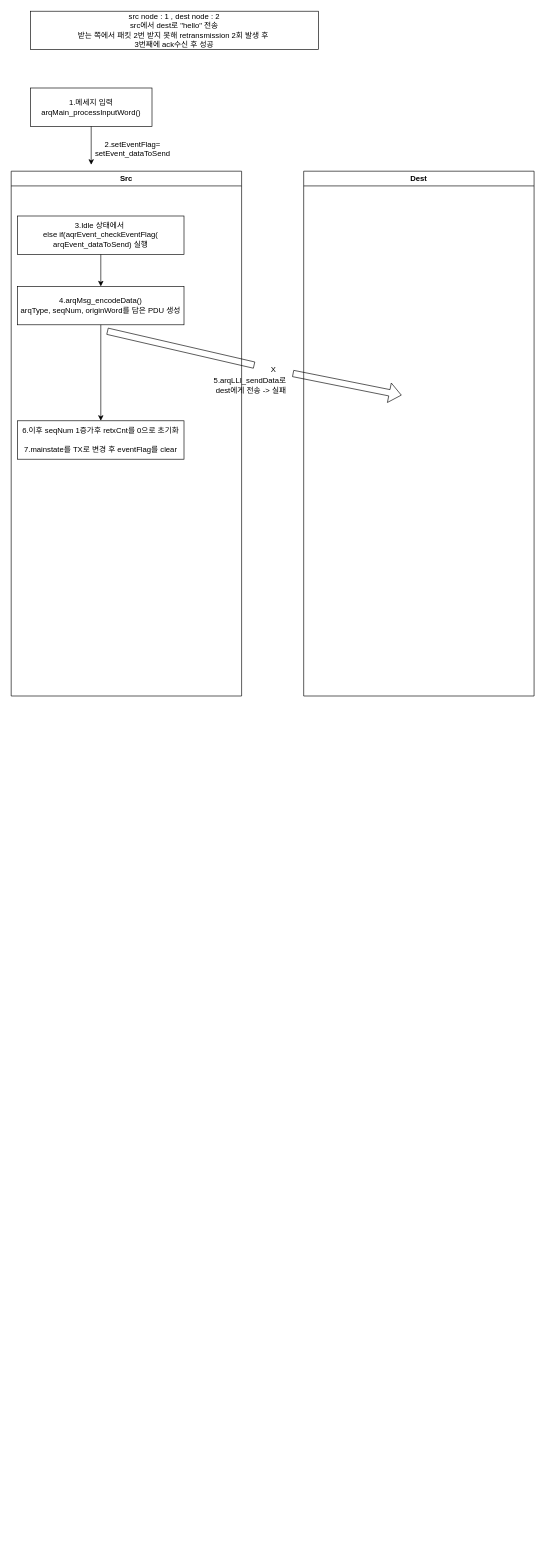
Earlier version of the draw.io diagram Untitled Diagram.drawio (hodu-maru/Spring). Source tidied: cells renumbered, new cells numbered last; positions are measured from the earlier drawing's top-left corner, leaving out a move shared by most shapes. Both pictures are drawn from the tidied source at 64%, with x=0, y=0 at pixel (11, 11).
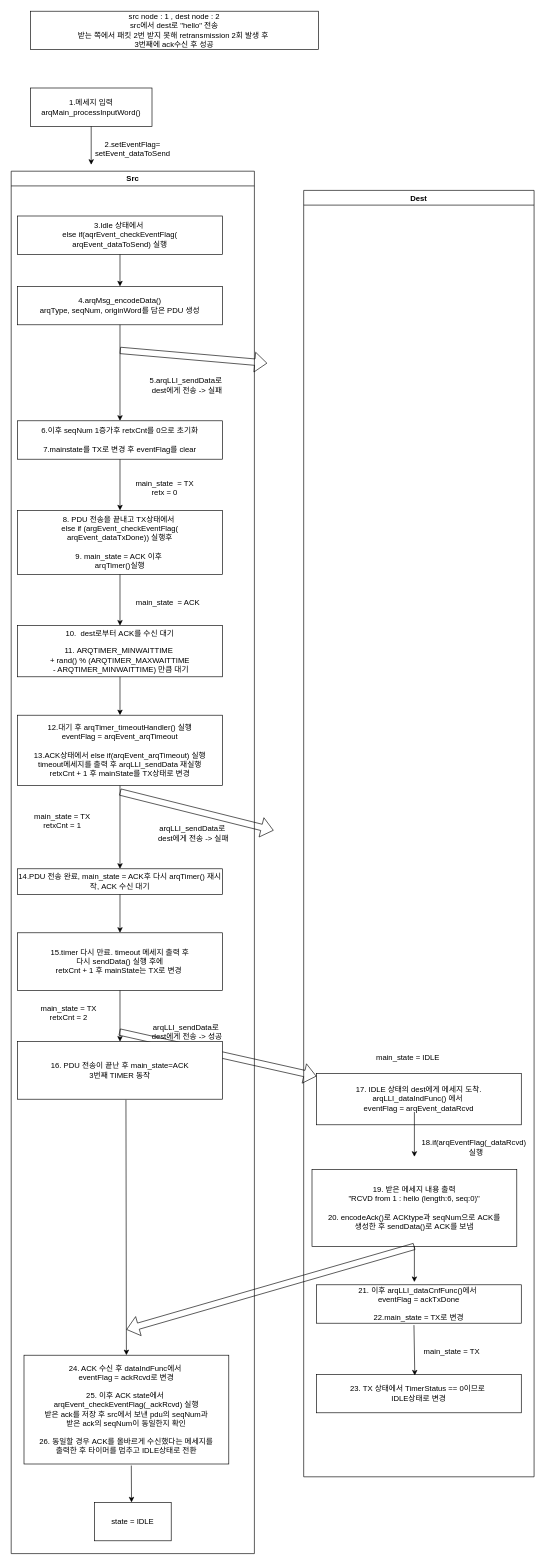
The same diagram, later.

Change to the diagram source:
```diff
@@
     <mxCell id="6" value="Dest" style="swimlane;" parent="1" vertex="1">
-      <mxGeometry x="457" y="250" width="360" height="820" as="geometry" />
+      <mxGeometry x="457" y="280" width="360" height="2010" as="geometry" />
     </mxCell>
+    <mxCell id="17" value="17. IDLE 상태의 dest에게 메세지 도착.&lt;br&gt;arqLLI_dataIndFunc() 에서&amp;nbsp;&lt;br&gt;eventFlag = arqEvent_dataRcvd" style="rounded=0;whiteSpace=wrap;html=1;" parent="6" vertex="1">
+      <mxGeometry x="20" y="1380" width="320" height="80" as="geometry" />
+    </mxCell>
+    <mxCell id="18" style="shape=flexArrow;endArrow=classic;html=1;rounded=0;fontSize=12;" parent="6" edge="1" target="17">
+      <mxGeometry relative="1" as="geometry">
+        <mxPoint x="-288" y="1315" as="sourcePoint" />
+      </mxGeometry>
+    </mxCell>
+    <mxCell id="19" value="main_state = IDLE" style="text;html=1;strokeColor=none;fillColor=none;align=center;verticalAlign=middle;whiteSpace=wrap;rounded=0;fontSize=12;" parent="6" vertex="1">
+      <mxGeometry x="83" y="1340" width="160" height="30" as="geometry" />
+    </mxCell>
+    <mxCell id="20" value="18.if(arqEventFlag(_dataRcvd)&amp;nbsp;&lt;br&gt;&amp;nbsp;실행" style="text;html=1;strokeColor=none;fillColor=none;align=center;verticalAlign=middle;whiteSpace=wrap;rounded=0;fontSize=12;" parent="6" vertex="1">
+      <mxGeometry x="183" y="1480" width="170" height="30" as="geometry" />
+    </mxCell>
+    <mxCell id="21" value="19. 받은 메세지 내용 출력&lt;br&gt;&quot;RCVD from 1 : hello (length:6, seq:0)&quot;&lt;br&gt;&lt;br&gt;20. encodeAck()로 ACKtype과 seqNum으로 ACK를 &lt;br&gt;생성한 후 sendData()로 ACK를 보냄" style="rounded=0;whiteSpace=wrap;html=1;" parent="6" vertex="1">
+      <mxGeometry x="13" y="1530" width="320" height="120" as="geometry" />
+    </mxCell>
+    <mxCell id="22" value="23. TX 상태에서 TimerStatus == 0이므로&amp;nbsp;&lt;br&gt;IDLE상태로 변경" style="rounded=0;whiteSpace=wrap;html=1;" parent="6" vertex="1">
+      <mxGeometry x="20" y="1850" width="320" height="60" as="geometry" />
+    </mxCell>
+    <mxCell id="23" value="main_state = TX" style="text;html=1;strokeColor=none;fillColor=none;align=center;verticalAlign=middle;whiteSpace=wrap;rounded=0;fontSize=12;" parent="6" vertex="1">
+      <mxGeometry x="183" y="1800" width="97" height="30" as="geometry" />
+    </mxCell>
+    <mxCell id="24" value="&lt;span style=&quot;&quot;&gt;21. 이후 arqLLI_dataCnfFunc()에서&amp;nbsp;&lt;/span&gt;&lt;br style=&quot;&quot;&gt;&lt;span style=&quot;&quot;&gt;eventFlag = ackTxDone&lt;/span&gt;&lt;br style=&quot;&quot;&gt;&lt;br style=&quot;&quot;&gt;&lt;span style=&quot;&quot;&gt;22.main_state = TX로 변경&lt;/span&gt;" style="rounded=0;whiteSpace=wrap;html=1;fontSize=12;" parent="6" vertex="1">
+      <mxGeometry x="20" y="1710" width="320" height="60" as="geometry" />
+    </mxCell>
+    <mxCell id="25" style="endArrow=classic;html=1;rounded=0;fontSize=12;exitX=0.476;exitY=1.05;exitDx=0;exitDy=0;exitPerimeter=0;entryX=0.48;entryY=0.028;entryDx=0;entryDy=0;entryPerimeter=0;" parent="6" edge="1" source="24" target="22">
+      <mxGeometry relative="1" as="geometry" />
+    </mxCell>
+    <mxCell id="26" style="endArrow=classic;html=1;rounded=0;fontSize=12;exitX=0.5;exitY=1;exitDx=0;exitDy=0;entryX=0.478;entryY=-0.072;entryDx=0;entryDy=0;entryPerimeter=0;" parent="6" edge="1" source="21" target="24">
+      <mxGeometry relative="1" as="geometry" />
+    </mxCell>
     <mxCell id="7" value="Src" style="swimlane;" parent="1" vertex="1">
-      <mxGeometry y="250" width="360" height="820" as="geometry" />
+      <mxGeometry y="250" width="380" height="2160" as="geometry" />
     </mxCell>
     <mxCell id="8" value="3.Idle 상태에서&amp;nbsp;&lt;br&gt;else if(aqrEvent_checkEventFlag(&lt;br&gt;arqEvent_dataToSend) 실행" style="rounded=0;whiteSpace=wrap;html=1;" parent="7" vertex="1">
-      <mxGeometry x="10" y="70" width="260" height="60" as="geometry" />
+      <mxGeometry x="10" y="70" width="320" height="60" as="geometry" />
     </mxCell>
     <mxCell id="9" value="&lt;span style=&quot;&quot;&gt;4.arqMsg_encodeData()&lt;/span&gt;&lt;br style=&quot;&quot;&gt;&lt;span style=&quot;&quot;&gt;arqType, seqNum, originWord를 담은 PDU 생성&lt;/span&gt;" style="rounded=0;whiteSpace=wrap;html=1;" parent="7" vertex="1">
-      <mxGeometry x="10" y="180" width="260" height="60" as="geometry" />
+      <mxGeometry x="10" y="180" width="320" height="60" as="geometry" />
     </mxCell>
     <mxCell id="10" value="6.이후 seqNum 1증가후 retxCnt를 0으로 초기화&lt;br&gt;&lt;br&gt;7.mainstate를 TX로 변경 후 eventFlag를 clear" style="rounded=0;whiteSpace=wrap;html=1;" parent="7" vertex="1">
-      <mxGeometry x="10" y="390" width="260" height="60" as="geometry" />
+      <mxGeometry x="10" y="390" width="320" height="60" as="geometry" />
     </mxCell>
@@
-    <mxCell id="13" style="shape=flexArrow;endArrow=classic;html=1;rounded=0;startArrow=none;" parent="1" edge="1" source="15">
-      <mxGeometry relative="1" as="geometry">
-        <mxPoint x="610" y="600" as="targetPoint" />
-      </mxGeometry>
-    </mxCell>
-    <mxCell id="14" value="5.arqLLI_sendData로&amp;nbsp;&lt;br&gt;dest에게 전송 -&amp;gt; 실패" style="text;html=1;strokeColor=none;fillColor=none;align=center;verticalAlign=middle;whiteSpace=wrap;rounded=0;" parent="1" vertex="1">
-      <mxGeometry x="280" y="570" width="190" height="30" as="geometry" />
+    <mxCell id="14" value="5.arqLLI_sendData로&amp;nbsp;&lt;br&gt;dest에게 전송 -&amp;gt; 실패" style="text;html=1;strokeColor=none;fillColor=none;align=center;verticalAlign=middle;whiteSpace=wrap;rounded=0;" parent="7" vertex="1">
+      <mxGeometry x="180" y="320" width="190" height="30" as="geometry" />
     </mxCell>
-    <mxCell id="15" value="X" style="text;html=1;strokeColor=none;fillColor=none;align=center;verticalAlign=middle;whiteSpace=wrap;rounded=0;" parent="1" vertex="1">
-      <mxGeometry x="380" y="545" width="60" height="30" as="geometry" />
-    </mxCell>
-    <mxCell id="16" style="shape=flexArrow;endArrow=none;html=1;rounded=0;" parent="1" edge="1" target="15">
-      <mxGeometry relative="1" as="geometry">
-        <mxPoint x="150" y="500" as="sourcePoint" />
-      </mxGeometry>
-    </mxCell>
+    <mxCell id="27" style="edgeStyle=orthogonalEdgeStyle;rounded=0;orthogonalLoop=1;jettySize=auto;html=1;exitX=0.5;exitY=1;exitDx=0;exitDy=0;fontSize=36;" parent="7" edge="1" source="14" target="14">
+      <mxGeometry relative="1" as="geometry" />
+    </mxCell>
+    <mxCell id="28" value="8. PDU 전송을 끝내고 TX상태에서&amp;nbsp;&lt;br&gt;else if (argEvent_checkEventFlag(&lt;br&gt;arqEvent_dataTxDone)) 실행후&lt;br&gt;&lt;br&gt;9. main_state = ACK 이후&amp;nbsp;&lt;br&gt;arqTimer()실행" style="rounded=0;whiteSpace=wrap;html=1;" parent="7" vertex="1">
+      <mxGeometry x="10" y="530" width="320" height="100" as="geometry" />
+    </mxCell>
+    <mxCell id="29" style="endArrow=classic;html=1;rounded=0;fontSize=36;exitX=0.5;exitY=1;exitDx=0;exitDy=0;entryX=0.5;entryY=0;entryDx=0;entryDy=0;" parent="7" edge="1" source="10" target="28">
+      <mxGeometry relative="1" as="geometry" />
+    </mxCell>
+    <mxCell id="30" value="main_state&amp;nbsp; = TX&lt;br&gt;retx = 0" style="text;html=1;strokeColor=none;fillColor=none;align=center;verticalAlign=middle;whiteSpace=wrap;rounded=0;fontSize=12;" parent="7" vertex="1">
+      <mxGeometry x="190" y="480" width="100" height="30" as="geometry" />
+    </mxCell>
+    <mxCell id="31" value="main_state&amp;nbsp; = ACK" style="text;html=1;strokeColor=none;fillColor=none;align=center;verticalAlign=middle;whiteSpace=wrap;rounded=0;fontSize=12;" parent="7" vertex="1">
+      <mxGeometry x="190" y="660" width="110" height="30" as="geometry" />
+    </mxCell>
+    <mxCell id="32" style="endArrow=classic;html=1;rounded=0;fontSize=12;exitX=0.5;exitY=1;exitDx=0;exitDy=0;" parent="7" edge="1" source="28">
+      <mxGeometry relative="1" as="geometry">
+        <mxPoint x="170" y="710" as="targetPoint" />
+      </mxGeometry>
+    </mxCell>
+    <mxCell id="33" value="10.&amp;nbsp; dest로부터 ACK를 수신 대기&lt;br&gt;&lt;br&gt;11. ARQTIMER_MINWAITTIME&amp;nbsp;&lt;br&gt;+ rand() % (ARQTIMER_MAXWAITTIME&lt;br&gt;&amp;nbsp;- ARQTIMER_MINWAITTIME) 만큼 대기" style="rounded=0;whiteSpace=wrap;html=1;" parent="7" vertex="1">
+      <mxGeometry x="10" y="710" width="320" height="80" as="geometry" />
+    </mxCell>
+    <mxCell id="34" value="12.대기 후 arqTimer_timeoutHandler() 실행&lt;br&gt;eventFlag = arqEvent_arqTimeout&lt;br&gt;&lt;br&gt;13.ACK상태에서 else if(arqEvent_arqTimeout) 실행&lt;br&gt;timeout메세지를 출력 후 arqLLI_sendData 재실행&lt;br&gt;retxCnt + 1 후 mainState를 TX상태로 변경" style="rounded=0;whiteSpace=wrap;html=1;" parent="7" vertex="1">
+      <mxGeometry x="10" y="850" width="320" height="110" as="geometry" />
+    </mxCell>
+    <mxCell id="35" value="arqLLI_sendData로&amp;nbsp;&lt;br&gt;dest에게 전송 -&amp;gt; 실패" style="text;html=1;strokeColor=none;fillColor=none;align=center;verticalAlign=middle;whiteSpace=wrap;rounded=0;" parent="7" vertex="1">
+      <mxGeometry x="190" y="1020" width="190" height="30" as="geometry" />
+    </mxCell>
+    <mxCell id="36" value="main_state = TX&lt;br&gt;retxCnt = 1" style="text;html=1;strokeColor=none;fillColor=none;align=center;verticalAlign=middle;whiteSpace=wrap;rounded=0;fontSize=12;" parent="7" vertex="1">
+      <mxGeometry x="20" y="1000" width="120" height="30" as="geometry" />
+    </mxCell>
+    <mxCell id="37" value="14.PDU 전송 완료, main_state = ACK후 다시 arqTimer() 재시작, ACK 수신 대기" style="rounded=0;whiteSpace=wrap;html=1;" parent="7" vertex="1">
+      <mxGeometry x="10" y="1090" width="320" height="40" as="geometry" />
+    </mxCell>
+    <mxCell id="38" value="15.timer 다시 만료. timeout 메세지 출력 후 &lt;br&gt;다시 sendData() 실행 후에&lt;br&gt;retxCnt + 1 후 mainState는 TX로 변경&amp;nbsp;" style="rounded=0;whiteSpace=wrap;html=1;" parent="7" vertex="1">
+      <mxGeometry x="10" y="1190" width="320" height="90" as="geometry" />
+    </mxCell>
+    <mxCell id="39" value="main_state = TX&lt;br&gt;retxCnt = 2" style="text;html=1;strokeColor=none;fillColor=none;align=center;verticalAlign=middle;whiteSpace=wrap;rounded=0;fontSize=12;" parent="7" vertex="1">
+      <mxGeometry x="30" y="1300" width="120" height="30" as="geometry" />
+    </mxCell>
+    <mxCell id="40" value="arqLLI_sendData로&amp;nbsp;&lt;br&gt;dest에게 전송 -&amp;gt; 성공" style="text;html=1;strokeColor=none;fillColor=none;align=center;verticalAlign=middle;whiteSpace=wrap;rounded=0;" parent="7" vertex="1">
+      <mxGeometry x="180" y="1330" width="190" height="30" as="geometry" />
+    </mxCell>
+    <mxCell id="41" value="16. PDU 전송이 끝난 후 main_state=ACK&lt;br&gt;3번째 TIMER 동작" style="rounded=0;whiteSpace=wrap;html=1;" parent="7" vertex="1">
+      <mxGeometry x="10" y="1360" width="320" height="90" as="geometry" />
+    </mxCell>
+    <mxCell id="42" value="24. ACK 수신 후 dataIndFunc에서&amp;nbsp;&lt;br&gt;eventFlag = ackRcvd로 변경&lt;br&gt;&lt;br&gt;25. 이후 ACK state에서&amp;nbsp;&lt;br&gt;arqEvent_checkEventFlag(_ackRcvd) 실행&lt;br&gt;받은 ack를 저장 후 src에서 보낸 pdu의 seqNum과&lt;br&gt;받은 ack의 seqNum이 동일한지 확인&lt;br&gt;&lt;br&gt;26. 동일할 경우 ACK를 올바르게 수신했다는 메세지를&lt;br&gt;출력한 후 타이머를 멈추고 IDLE상태로 전환" style="rounded=0;whiteSpace=wrap;html=1;" parent="7" vertex="1">
+      <mxGeometry x="20" y="1850" width="320" height="170" as="geometry" />
+    </mxCell>
+    <mxCell id="43" value="state = IDLE" style="rounded=0;whiteSpace=wrap;html=1;fontSize=12;" parent="7" vertex="1">
+      <mxGeometry x="130" y="2080" width="120" height="60" as="geometry" />
+    </mxCell>
+    <mxCell id="44" style="endArrow=classic;html=1;rounded=0;fontSize=12;exitX=0.524;exitY=1.014;exitDx=0;exitDy=0;exitPerimeter=0;" parent="7" edge="1" source="42">
+      <mxGeometry relative="1" as="geometry">
+        <mxPoint x="188" y="2080" as="targetPoint" />
+      </mxGeometry>
+    </mxCell>
+    <mxCell id="45" style="shape=flexArrow;endArrow=classic;html=1;rounded=0;fontSize=36;" parent="1" edge="1">
+      <mxGeometry relative="1" as="geometry">
+        <mxPoint x="170" y="530" as="sourcePoint" />
+        <mxPoint x="400" y="550" as="targetPoint" />
+      </mxGeometry>
+    </mxCell>
+    <mxCell id="46" style="endArrow=classic;html=1;rounded=0;fontSize=12;exitX=0.5;exitY=1;exitDx=0;exitDy=0;" parent="1" edge="1" source="33">
+      <mxGeometry relative="1" as="geometry">
+        <mxPoint x="170" y="1100" as="targetPoint" />
+      </mxGeometry>
+    </mxCell>
+    <mxCell id="47" style="shape=flexArrow;endArrow=classic;html=1;rounded=0;fontSize=12;" parent="1" edge="1">
+      <mxGeometry relative="1" as="geometry">
+        <mxPoint x="170" y="1220" as="sourcePoint" />
+        <mxPoint x="410" y="1280" as="targetPoint" />
+      </mxGeometry>
+    </mxCell>
+    <mxCell id="48" style="endArrow=classic;html=1;rounded=0;fontSize=12;" parent="1" edge="1">
+      <mxGeometry relative="1" as="geometry">
+        <mxPoint x="170" y="1210" as="sourcePoint" />
+        <mxPoint x="170" y="1340" as="targetPoint" />
+      </mxGeometry>
+    </mxCell>
+    <mxCell id="49" style="endArrow=classic;html=1;rounded=0;fontSize=12;exitX=0.5;exitY=1;exitDx=0;exitDy=0;" parent="1" edge="1" source="37">
+      <mxGeometry relative="1" as="geometry">
+        <mxPoint x="170" y="1440" as="targetPoint" />
+      </mxGeometry>
+    </mxCell>
+    <mxCell id="50" style="endArrow=classic;html=1;rounded=0;fontSize=12;exitX=0.5;exitY=1;exitDx=0;exitDy=0;" parent="1" edge="1" source="38">
+      <mxGeometry relative="1" as="geometry">
+        <mxPoint x="170" y="1610" as="targetPoint" />
+      </mxGeometry>
+    </mxCell>
+    <mxCell id="51" style="endArrow=classic;html=1;rounded=0;fontSize=12;" parent="1" edge="1">
+      <mxGeometry relative="1" as="geometry">
+        <mxPoint x="630" y="1720" as="sourcePoint" />
+        <mxPoint x="630" y="1790" as="targetPoint" />
+      </mxGeometry>
+    </mxCell>
+    <mxCell id="52" style="shape=flexArrow;endArrow=classic;html=1;rounded=0;fontSize=12;" parent="1" edge="1">
+      <mxGeometry relative="1" as="geometry">
+        <mxPoint x="630" y="1930" as="sourcePoint" />
+        <mxPoint x="180" y="2060" as="targetPoint" />
+      </mxGeometry>
+    </mxCell>
+    <mxCell id="53" style="endArrow=classic;html=1;rounded=0;fontSize=12;exitX=0.529;exitY=1.011;exitDx=0;exitDy=0;exitPerimeter=0;" parent="1" edge="1" source="41">
+      <mxGeometry relative="1" as="geometry">
+        <mxPoint x="180" y="2100" as="targetPoint" />
+      </mxGeometry>
+    </mxCell>
```
